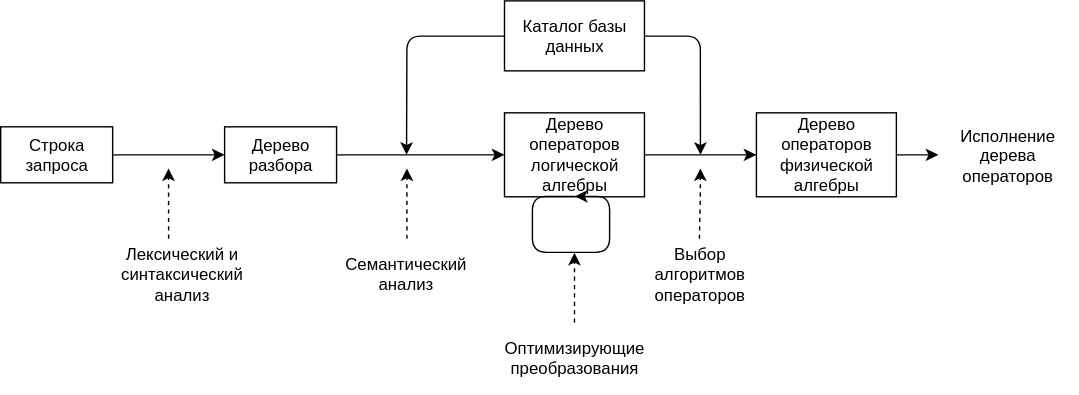
Earlier version of the draw.io export img/General SQL Intepreter Structure.svg (vkazanov/sql-interpreters-post). Source tidied: cells renumbered, new cells last; positions are measured from the earlier drawing's top-left corner, leaving out a move shared by most shapes.
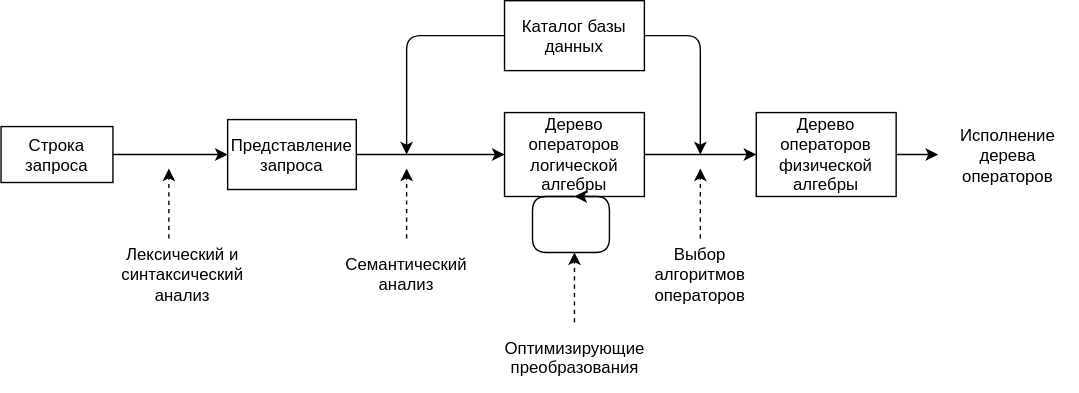
The same diagram one commit later.

The edit, as a diff of the source:
```diff
@@ -11,8 +11,8 @@
     <mxCell id="4" style="edgeStyle=orthogonalEdgeStyle;rounded=1;comic=0;jettySize=auto;html=1;exitX=1;exitY=0.5;exitDx=0;exitDy=0;entryX=0;entryY=0.5;entryDx=0;entryDy=0;" parent="1" edge="1" source="5" target="7">
       <mxGeometry relative="1" as="geometry" />
     </mxCell>
-    <mxCell id="5" value="Дерево разбора" style="rounded=0;whiteSpace=wrap;html=1;" parent="1" vertex="1">
-      <mxGeometry x="160" y="90" width="80" height="40" as="geometry" />
+    <mxCell id="5" value="Представление запроса" style="rounded=0;whiteSpace=wrap;html=1;" parent="1" vertex="1">
+      <mxGeometry x="162" y="85" width="92" height="50" as="geometry" />
     </mxCell>
     <mxCell id="6" style="edgeStyle=orthogonalEdgeStyle;rounded=1;comic=0;jettySize=auto;html=1;exitX=1;exitY=0.5;exitDx=0;exitDy=0;entryX=0;entryY=0.5;entryDx=0;entryDy=0;" parent="1" edge="1" source="7" target="9">
       <mxGeometry relative="1" as="geometry" />
```
